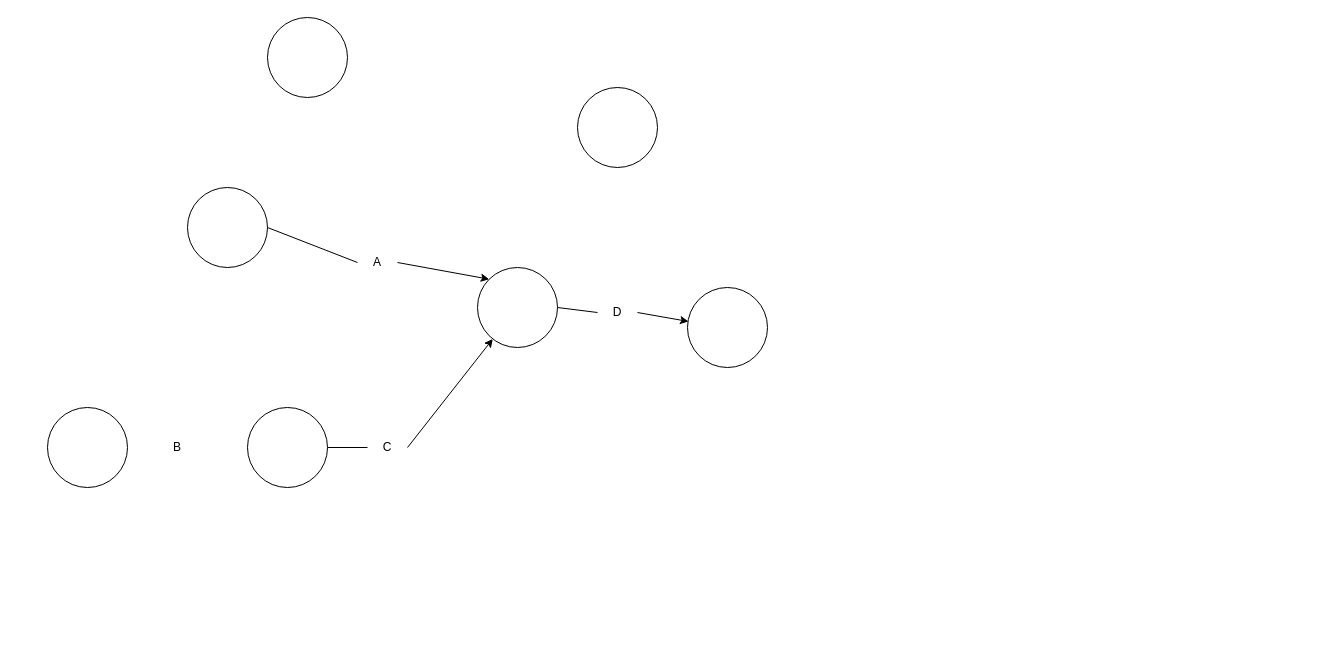
Before: bad-op-zad2.drawio in finalkiwii/databases-umbrellas, a draw.io diagram. Source tidied: cells renumbered, new cells numbered last; positions are measured from the earlier drawing's top-left corner, leaving out a move shared by most shapes. Both pictures are drawn from the tidied source at 100%, with x=0, y=0 at pixel (47, 17).
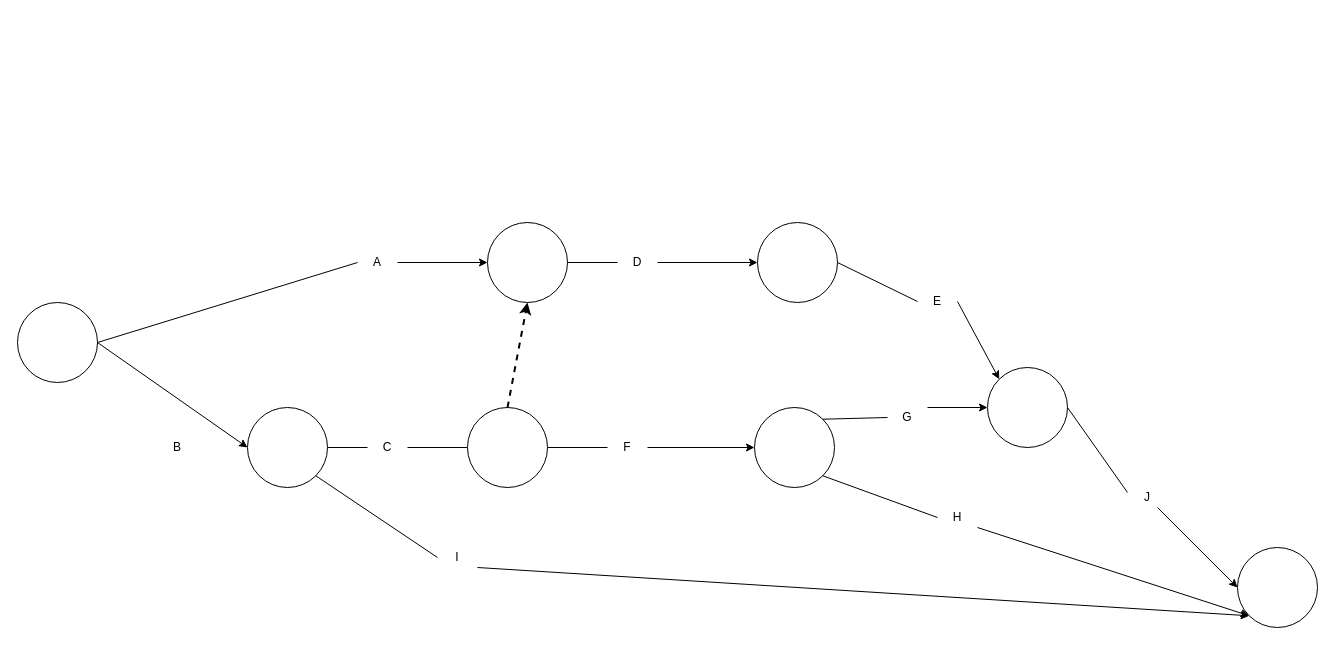
The same diagram, later.

Unchanged cells that the change refers to:
```xml
<mxCell id="4" style="ellipse;whiteSpace=wrap;html=1;" parent="1" vertex="1">
  <mxGeometry x="200" y="390" width="80" height="80" as="geometry" />
</mxCell>
<mxCell id="6" value="A" style="text;html=1;strokeColor=none;fillColor=none;align=center;verticalAlign=middle;whiteSpace=wrap;rounded=0;" parent="1" vertex="1">
  <mxGeometry x="310" y="235" width="40" height="20" as="geometry" />
</mxCell>
<mxCell id="9" value="C" style="text;html=1;strokeColor=none;fillColor=none;align=center;verticalAlign=middle;whiteSpace=wrap;rounded=0;" parent="1" vertex="1">
  <mxGeometry x="320" y="420" width="40" height="20" as="geometry" />
</mxCell>
```

Diff of the diagram source:
```diff
@@
     <mxCell id="2" style="ellipse;whiteSpace=wrap;html=1;" parent="1" vertex="1">
-      <mxGeometry x="140" y="170" width="80" height="80" as="geometry" />
+      <mxGeometry x="-30" y="285" width="80" height="80" as="geometry" />
     </mxCell>
-    <mxCell id="3" style="ellipse;whiteSpace=wrap;html=1;" parent="1" vertex="1">
-      <mxGeometry x="220" width="80" height="80" as="geometry" />
-    </mxCell>
@@
-    <mxCell id="5" style="ellipse;whiteSpace=wrap;html=1;" parent="1" vertex="1">
-      <mxGeometry y="390" width="80" height="80" as="geometry" />
-    </mxCell>
@@
     <mxCell id="7" style="ellipse;whiteSpace=wrap;html=1;" parent="1" vertex="1">
-      <mxGeometry x="430" y="250" width="80" height="80" as="geometry" />
+      <mxGeometry x="440" y="205" width="80" height="80" as="geometry" />
     </mxCell>
@@
     <mxCell id="10" style="ellipse;whiteSpace=wrap;html=1;" parent="1" vertex="1">
-      <mxGeometry x="530" y="70" width="80" height="80" as="geometry" />
+      <mxGeometry x="707" y="390" width="80" height="80" as="geometry" />
     </mxCell>
     <mxCell id="11" style="ellipse;whiteSpace=wrap;html=1;" parent="1" vertex="1">
-      <mxGeometry x="640" y="270" width="80" height="80" as="geometry" />
+      <mxGeometry x="710" y="205" width="80" height="80" as="geometry" />
     </mxCell>
@@
-    <mxCell id="13" style="endArrow=classic;html=1;exitX=1;exitY=0.5;exitDx=0;exitDy=0;" parent="1" edge="1" source="9" target="7">
-      <mxGeometry relative="1" as="geometry" />
+    <mxCell id="13" style="endArrow=none;html=1;entryX=0;entryY=0.5;entryDx=0;entryDy=0;endFill=0;" parent="1" edge="1" target="19">
+      <mxGeometry relative="1" as="geometry">
+        <mxPoint x="360" y="430" as="sourcePoint" />
+      </mxGeometry>
     </mxCell>
     <mxCell id="14" value="D" style="text;html=1;strokeColor=none;fillColor=none;align=center;verticalAlign=middle;whiteSpace=wrap;rounded=0;" parent="1" vertex="1">
-      <mxGeometry x="550" y="285" width="40" height="20" as="geometry" />
+      <mxGeometry x="570" y="235" width="40" height="20" as="geometry" />
     </mxCell>
-    <mxCell id="15" style="endArrow=classic;html=1;entryX=0;entryY=0;entryDx=0;entryDy=0;exitX=1;exitY=0.5;exitDx=0;exitDy=0;" parent="1" edge="1" source="6" target="7">
+    <mxCell id="15" style="endArrow=classic;html=1;exitX=1;exitY=0.5;exitDx=0;exitDy=0;" parent="1" edge="1" source="6" target="7">
       <mxGeometry relative="1" as="geometry" />
     </mxCell>
@@
-    <mxCell id="18" style="endArrow=classic;html=1;exitX=1;exitY=0.5;exitDx=0;exitDy=0;entryX=0.013;entryY=0.425;entryDx=0;entryDy=0;entryPerimeter=0;" parent="1" edge="1" source="14" target="11">
+    <mxCell id="18" style="endArrow=classic;html=1;exitX=1;exitY=0.5;exitDx=0;exitDy=0;entryX=0;entryY=0.5;entryDx=0;entryDy=0;" parent="1" edge="1" source="14" target="11">
       <mxGeometry relative="1" as="geometry" />
     </mxCell>
+    <mxCell id="19" style="ellipse;whiteSpace=wrap;html=1;" parent="1" vertex="1">
+      <mxGeometry x="420" y="390" width="80" height="80" as="geometry" />
+    </mxCell>
+    <mxCell id="20" style="endArrow=classic;dashed=1;html=1;strokeWidth=2;entryX=0.5;entryY=1;entryDx=0;entryDy=0;exitX=0.5;exitY=0;exitDx=0;exitDy=0;endFill=1;" parent="1" edge="1" source="19" target="7">
+      <mxGeometry relative="1" as="geometry" />
+    </mxCell>
+    <mxCell id="21" style="endArrow=classic;html=1;entryX=0;entryY=0.5;entryDx=0;entryDy=0;exitX=1;exitY=0.5;exitDx=0;exitDy=0;" parent="1" edge="1" source="23" target="10">
+      <mxGeometry relative="1" as="geometry" />
+    </mxCell>
+    <mxCell id="22" style="endArrow=classic;html=1;exitX=1;exitY=0.5;exitDx=0;exitDy=0;entryX=0;entryY=0.5;entryDx=0;entryDy=0;" parent="1" edge="1" source="2" target="4">
+      <mxGeometry relative="1" as="geometry" />
+    </mxCell>
+    <mxCell id="23" value="F" style="text;html=1;strokeColor=none;fillColor=none;align=center;verticalAlign=middle;whiteSpace=wrap;rounded=0;" parent="1" vertex="1">
+      <mxGeometry x="560" y="420" width="40" height="20" as="geometry" />
+    </mxCell>
+    <mxCell id="24" style="endArrow=none;html=1;entryX=0;entryY=0.5;entryDx=0;entryDy=0;exitX=1;exitY=0.5;exitDx=0;exitDy=0;endFill=0;" parent="1" edge="1" source="19" target="23">
+      <mxGeometry relative="1" as="geometry" />
+    </mxCell>
+    <mxCell id="25" style="endArrow=classic;html=1;entryX=0;entryY=1;entryDx=0;entryDy=0;exitX=1;exitY=1;exitDx=0;exitDy=0;" parent="1" edge="1" source="29" target="38">
+      <mxGeometry relative="1" as="geometry" />
+    </mxCell>
+    <mxCell id="26" style="ellipse;whiteSpace=wrap;html=1;" parent="1" vertex="1">
+      <mxGeometry x="940" y="350" width="80" height="80" as="geometry" />
+    </mxCell>
+    <mxCell id="27" style="endArrow=classic;html=1;exitX=1;exitY=0;exitDx=0;exitDy=0;entryX=0;entryY=0.5;entryDx=0;entryDy=0;" parent="1" edge="1" source="31" target="26">
+      <mxGeometry relative="1" as="geometry" />
+    </mxCell>
+    <mxCell id="28" style="endArrow=classic;html=1;exitX=1;exitY=1;exitDx=0;exitDy=0;entryX=0;entryY=1;entryDx=0;entryDy=0;" parent="1" edge="1" source="33" target="38">
+      <mxGeometry relative="1" as="geometry" />
+    </mxCell>
+    <mxCell id="29" value="I" style="text;html=1;strokeColor=none;fillColor=none;align=center;verticalAlign=middle;whiteSpace=wrap;rounded=0;" parent="1" vertex="1">
+      <mxGeometry x="390" y="530" width="40" height="20" as="geometry" />
+    </mxCell>
+    <mxCell id="30" style="endArrow=none;html=1;entryX=0;entryY=0.5;entryDx=0;entryDy=0;exitX=1;exitY=1;exitDx=0;exitDy=0;endFill=0;" parent="1" edge="1" source="4" target="29">
+      <mxGeometry relative="1" as="geometry" />
+    </mxCell>
+    <mxCell id="31" value="G" style="text;html=1;strokeColor=none;fillColor=none;align=center;verticalAlign=middle;whiteSpace=wrap;rounded=0;" parent="1" vertex="1">
+      <mxGeometry x="840" y="390" width="40" height="20" as="geometry" />
+    </mxCell>
+    <mxCell id="32" style="endArrow=none;html=1;exitX=1;exitY=0;exitDx=0;exitDy=0;entryX=0;entryY=0.5;entryDx=0;entryDy=0;endFill=0;" parent="1" edge="1" source="10" target="31">
+      <mxGeometry relative="1" as="geometry" />
+    </mxCell>
+    <mxCell id="33" value="H" style="text;html=1;strokeColor=none;fillColor=none;align=center;verticalAlign=middle;whiteSpace=wrap;rounded=0;" parent="1" vertex="1">
+      <mxGeometry x="890" y="490" width="40" height="20" as="geometry" />
+    </mxCell>
+    <mxCell id="34" style="endArrow=none;html=1;exitX=1;exitY=1;exitDx=0;exitDy=0;entryX=0;entryY=0.5;entryDx=0;entryDy=0;startArrow=none;startFill=0;endFill=0;" parent="1" edge="1" source="10" target="33">
+      <mxGeometry relative="1" as="geometry" />
+    </mxCell>
+    <mxCell id="35" style="endArrow=classic;html=1;exitX=1;exitY=0.5;exitDx=0;exitDy=0;entryX=0;entryY=0;entryDx=0;entryDy=0;" parent="1" edge="1" source="36" target="26">
+      <mxGeometry relative="1" as="geometry" />
+    </mxCell>
+    <mxCell id="36" value="E" style="text;html=1;strokeColor=none;fillColor=none;align=center;verticalAlign=middle;whiteSpace=wrap;rounded=0;" parent="1" vertex="1">
+      <mxGeometry x="870" y="274" width="40" height="20" as="geometry" />
+    </mxCell>
+    <mxCell id="37" style="endArrow=none;html=1;exitX=1;exitY=0.5;exitDx=0;exitDy=0;entryX=0;entryY=0.5;entryDx=0;entryDy=0;endFill=0;" parent="1" edge="1" source="11" target="36">
+      <mxGeometry relative="1" as="geometry" />
+    </mxCell>
+    <mxCell id="38" style="ellipse;whiteSpace=wrap;html=1;" parent="1" vertex="1">
+      <mxGeometry x="1190" y="530" width="80" height="80" as="geometry" />
+    </mxCell>
+    <mxCell id="39" style="endArrow=classic;html=1;entryX=0;entryY=0.5;entryDx=0;entryDy=0;exitX=0.75;exitY=1;exitDx=0;exitDy=0;" parent="1" edge="1" source="40" target="38">
+      <mxGeometry relative="1" as="geometry" />
+    </mxCell>
+    <mxCell id="40" value="J" style="text;html=1;strokeColor=none;fillColor=none;align=center;verticalAlign=middle;whiteSpace=wrap;rounded=0;" parent="1" vertex="1">
+      <mxGeometry x="1080" y="470" width="40" height="20" as="geometry" />
+    </mxCell>
+    <mxCell id="41" style="endArrow=none;html=1;exitX=1;exitY=0.5;exitDx=0;exitDy=0;entryX=0;entryY=0.25;entryDx=0;entryDy=0;endFill=0;" parent="1" edge="1" source="26" target="40">
+      <mxGeometry relative="1" as="geometry" />
+    </mxCell>
```
